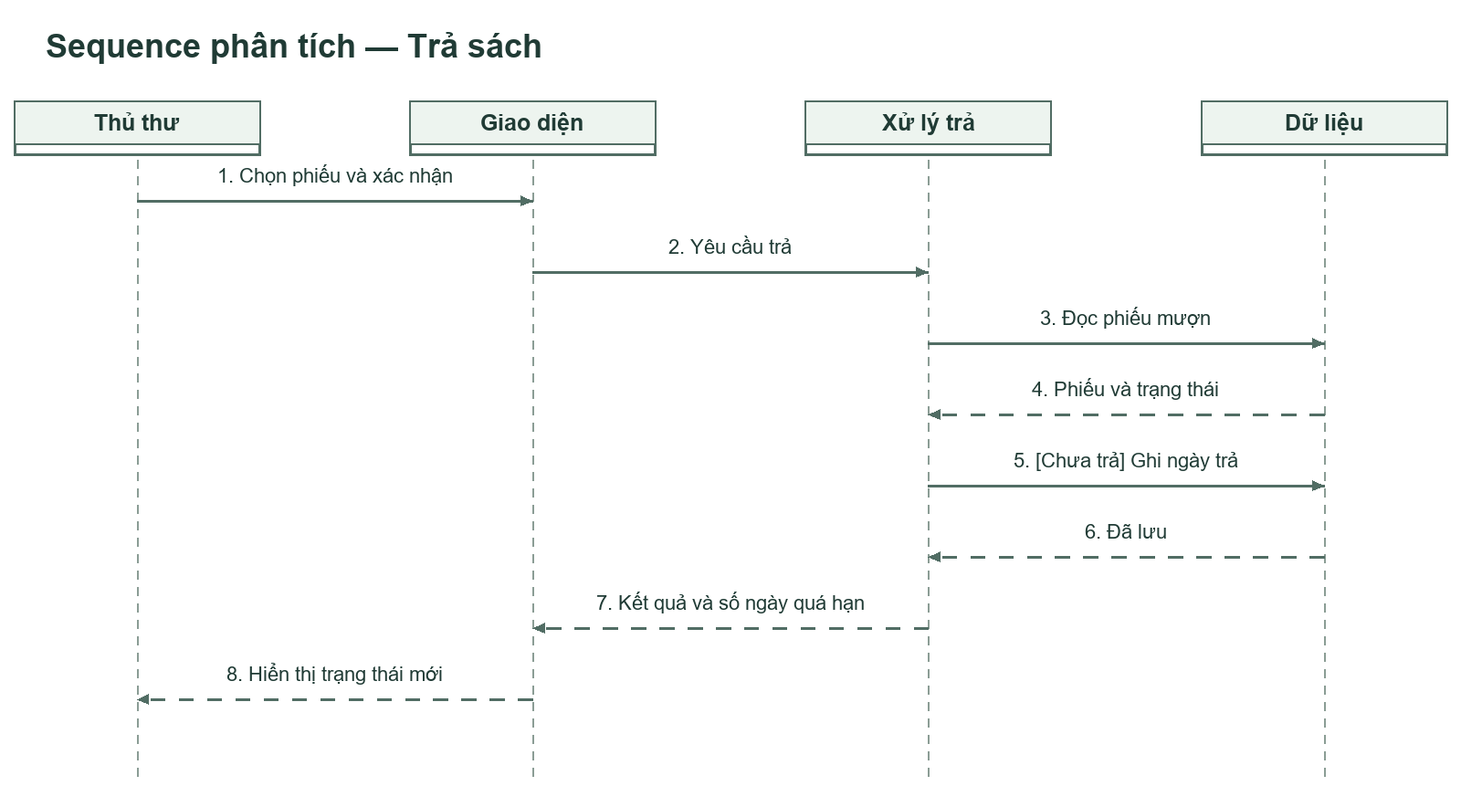
Before: docs/uml/04_seq_return.png, a diagram exported from PlantUML (khoiln218/ThuVienMini). Its source is kept beside it as docs/uml/04_seq_return.puml. Source of this version:
```plantuml
@startuml
skinparam defaultFontName Arial
skinparam shadowing false
participant "Thủ thư" as P0
participant "Giao diện" as P1
participant "Xử lý trả" as P2
participant "Dữ liệu" as P3
P0 -> P1: 1. Chọn phiếu và xác nhận
P1 -> P2: 2. Yêu cầu trả
P2 -> P3: 3. Đọc phiếu mượn
P3 --> P2: 4. Phiếu và trạng thái
P2 -> P3: 5. [Chưa trả] Ghi ngày trả
P3 --> P2: 6. Đã lưu
P2 --> P1: 7. Kết quả và số ngày quá hạn
P1 --> P0: 8. Hiển thị trạng thái mới

@enduml
```
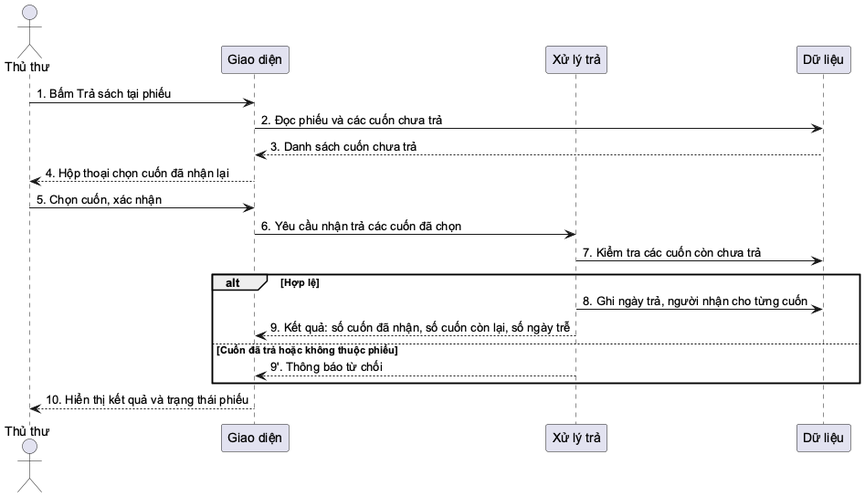
Above is the later version.

What changed in the source:
```diff
@@ -1,17 +1,22 @@
 @startuml
 skinparam defaultFontName Arial
 skinparam shadowing false
-participant "Thủ thư" as P0
+actor "Thủ thư" as P0
 participant "Giao diện" as P1
 participant "Xử lý trả" as P2
 participant "Dữ liệu" as P3
-P0 -> P1: 1. Chọn phiếu và xác nhận
-P1 -> P2: 2. Yêu cầu trả
-P2 -> P3: 3. Đọc phiếu mượn
-P3 --> P2: 4. Phiếu và trạng thái
-P2 -> P3: 5. [Chưa trả] Ghi ngày trả
-P3 --> P2: 6. Đã lưu
-P2 --> P1: 7. Kết quả và số ngày quá hạn
-P1 --> P0: 8. Hiển thị trạng thái mới
-
+P0 -> P1: 1. Bấm Trả sách tại phiếu
+P1 -> P3: 2. Đọc phiếu và các cuốn chưa trả
+P3 --> P1: 3. Danh sách cuốn chưa trả
+P1 --> P0: 4. Hộp thoại chọn cuốn đã nhận lại
+P0 -> P1: 5. Chọn cuốn, xác nhận
+P1 -> P2: 6. Yêu cầu nhận trả các cuốn đã chọn
+P2 -> P3: 7. Kiểm tra các cuốn còn chưa trả
+alt Hợp lệ
+  P2 -> P3: 8. Ghi ngày trả, người nhận cho từng cuốn
+  P2 --> P1: 9. Kết quả: số cuốn đã nhận, số cuốn còn lại, số ngày trễ
+else Cuốn đã trả hoặc không thuộc phiếu
+  P2 --> P1: 9'. Thông báo từ chối
+end
+P1 --> P0: 10. Hiển thị kết quả và trạng thái phiếu
 @enduml
```
